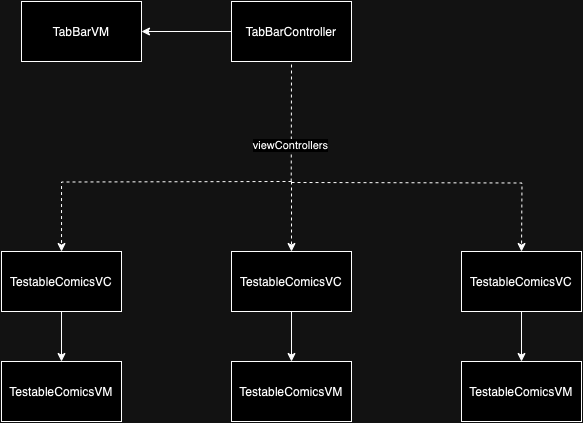
This is MarvelSampleTests/Tests/TabBarTests/TabBarTests.drawio.png from hiren9697/MavelSample, a draw.io export, as it was before one commit. Source tidied: cells renumbered, new cells last; positions are measured from the earlier drawing's top-left corner, leaving out a move shared by most shapes.
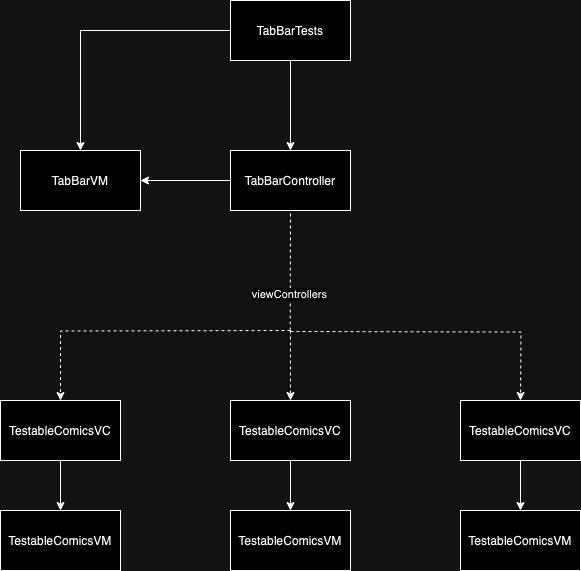
The same diagram one commit later.

The edit, as a diff of the source:
```diff
@@ -63,5 +63,14 @@
         <mxPoint x="520" y="250" as="targetPoint" />
       </mxGeometry>
     </mxCell>
+    <mxCell id="19" style="edgeStyle=orthogonalEdgeStyle;rounded=0;jettySize=auto;html=1;entryX=0.5;entryY=0;entryDx=0;entryDy=0;" parent="1" edge="1" source="21" target="3">
+      <mxGeometry relative="1" as="geometry" />
+    </mxCell>
+    <mxCell id="20" style="edgeStyle=orthogonalEdgeStyle;rounded=0;jettySize=auto;html=1;" parent="1" edge="1" source="21" target="4">
+      <mxGeometry relative="1" as="geometry" />
+    </mxCell>
+    <mxCell id="21" value="TabBarTests" style="rounded=0;whiteSpace=wrap;html=1;" parent="1" vertex="1">
+      <mxGeometry x="230" y="-150" width="120" height="60" as="geometry" />
+    </mxCell>
   </root>
 </mxGraphModel>
```
